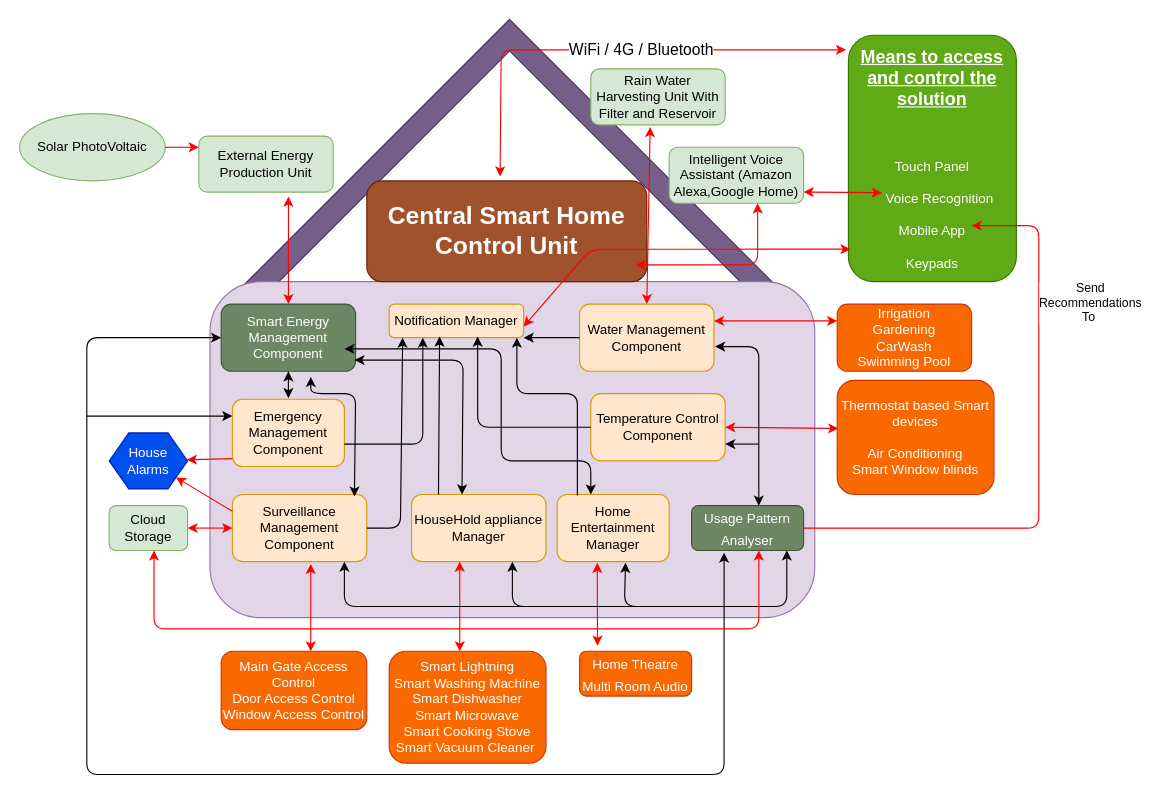
Before: Architecture/xml_to_upload_in_draw_io.drawio in sakibshuvo/SOEN-6481-SRS, a draw.io diagram. Source tidied: cells renumbered, new cells numbered last; positions are measured from the earlier drawing's top-left corner, leaving out a move shared by most shapes. Both pictures are drawn from the tidied source at 112%, with x=0, y=0 at pixel (19, 35).
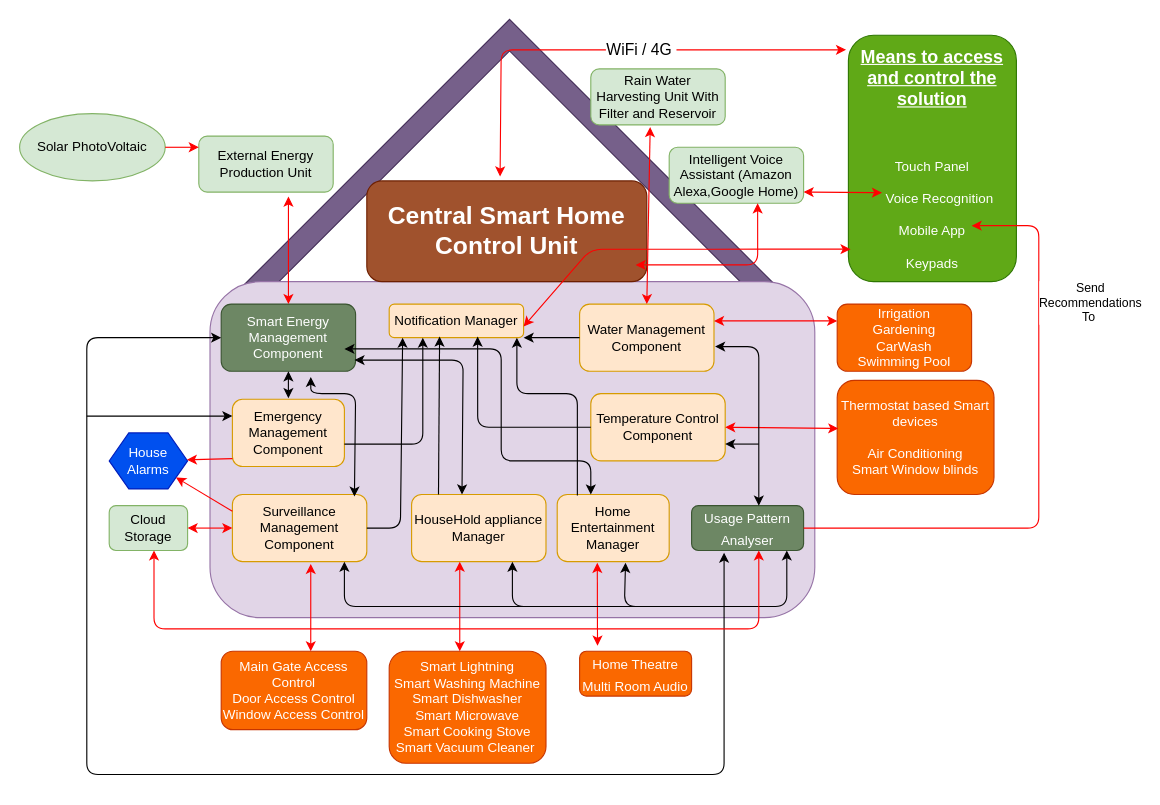
The same page after the edit.

Commit message (it also covers changes not shown here):
Updated block diagram after final review.

The change refers to these unchanged cells:
```xml
<mxCell id="13" style="endArrow=classic;startArrow=classic;html=1;entryX=-0.014;entryY=0.059;entryDx=0;entryDy=0;entryPerimeter=0;exitX=0.476;exitY=-0.044;exitDx=0;exitDy=0;strokeColor=#FF0000;exitPerimeter=0;" parent="1" edge="1" source="15" target="12">
  <mxGeometry relative="1" as="geometry">
    <Array as="points">
      <mxPoint x="430" y="13" />
      <mxPoint x="490" y="13" />
    </Array>
  </mxGeometry>
</mxCell>
```

The edit, as a diff of the source:
```diff
@@
-    <mxCell id="14" value="&lt;font style=&quot;font-size: 14px&quot;&gt;WiFi / 4G / &lt;font&gt;Bluetooth&lt;/font&gt;&lt;/font&gt;" style="edgeLabel;html=1;align=center;verticalAlign=middle;" parent="13" vertex="1">
+    <mxCell id="14" value="&lt;font style=&quot;font-size: 14px&quot;&gt;WiFi / 4G&amp;nbsp;&lt;/font&gt;" style="edgeLabel;html=1;align=center;verticalAlign=middle;" parent="13" vertex="1">
       <mxGeometry x="0.13" relative="1" as="geometry" />
     </mxCell>
```
